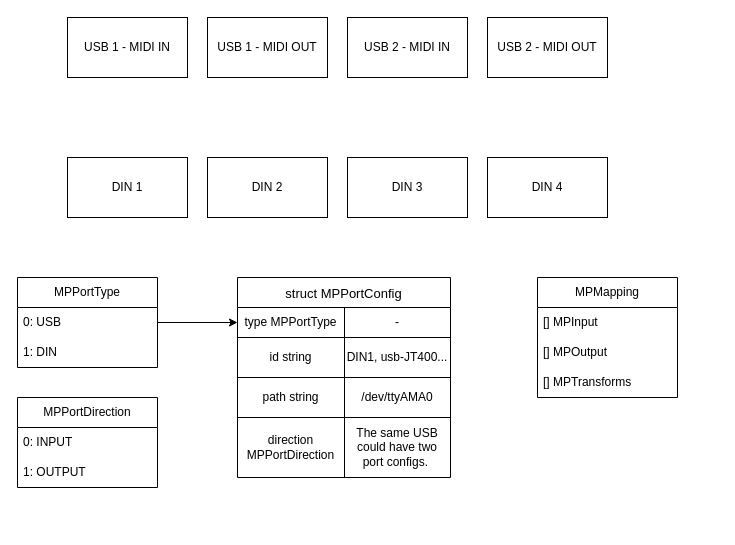
Earlier version of the draw.io diagram midi-block-diagram.drawio (The-Mess-NZ/midipunk). Source tidied: cells renumbered, new cells numbered last; positions are measured from the earlier drawing's top-left corner, leaving out a move shared by most shapes. Both pictures are drawn from the tidied source at 100%, with x=0, y=0 at pixel (17, 17).
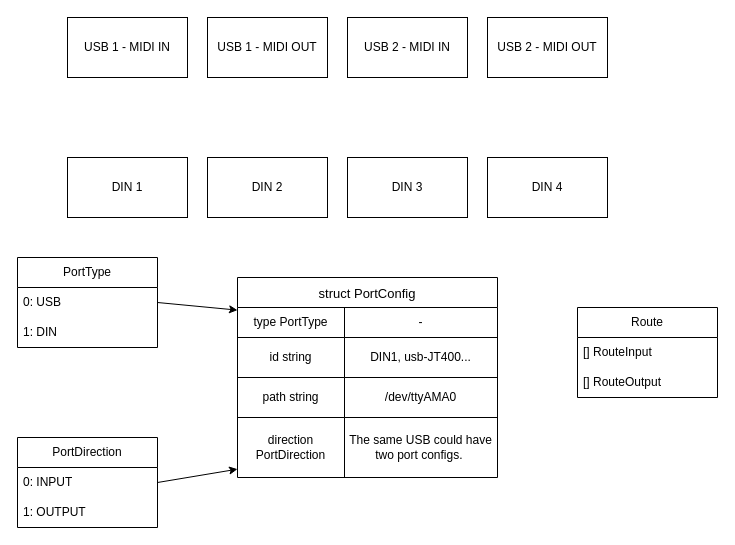
The same page after the edit.

Commit message (it also covers changes not shown here):
Mod file and prototype block diagram start

The change refers to these unchanged cells:
```xml
<mxCell id="32" value="0: INPUT" style="text;strokeColor=none;fillColor=none;align=left;verticalAlign=middle;spacingLeft=4;spacingRight=4;overflow=hidden;points=[[0,0.5],[1,0.5]];portConstraint=eastwest;whiteSpace=wrap;html=1;" parent="31" vertex="1">
  <mxGeometry y="30" width="140" height="30" as="geometry" />
</mxCell>
```

The edit, as a diff of the source:
```diff
@@
-    <mxCell id="10" value="MPMapping" style="swimlane;fontStyle=0;horizontal=1;startSize=30;whiteSpace=wrap;html=1;" parent="1" vertex="1">
-      <mxGeometry x="520" y="260" width="140" height="120" as="geometry" />
+    <mxCell id="10" value="Route" style="swimlane;fontStyle=0;horizontal=1;startSize=30;whiteSpace=wrap;html=1;" parent="1" vertex="1">
+      <mxGeometry x="560" y="290" width="140" height="90" as="geometry" />
     </mxCell>
-    <mxCell id="11" value="[] MPInput" style="text;strokeColor=none;fillColor=none;align=left;verticalAlign=middle;spacingLeft=4;spacingRight=4;overflow=hidden;whiteSpace=wrap;html=1;" parent="10" vertex="1">
+    <mxCell id="11" value="[] Route&lt;span style=&quot;background-color: transparent;&quot;&gt;Input&lt;/span&gt;" style="text;strokeColor=none;fillColor=none;align=left;verticalAlign=middle;spacingLeft=4;spacingRight=4;overflow=hidden;whiteSpace=wrap;html=1;" parent="10" vertex="1">
       <mxGeometry y="30" width="140" height="30" as="geometry" />
     </mxCell>
-    <mxCell id="12" value="[] MPOutput" style="text;strokeColor=none;fillColor=none;align=left;verticalAlign=middle;spacingLeft=4;spacingRight=4;overflow=hidden;whiteSpace=wrap;html=1;" parent="10" vertex="1">
+    <mxCell id="12" value="[] RouteOutput" style="text;strokeColor=none;fillColor=none;align=left;verticalAlign=middle;spacingLeft=4;spacingRight=4;overflow=hidden;whiteSpace=wrap;html=1;" parent="10" vertex="1">
       <mxGeometry y="60" width="140" height="30" as="geometry" />
     </mxCell>
-    <mxCell id="13" value="[] MPTransforms" style="text;strokeColor=none;fillColor=none;align=left;verticalAlign=middle;spacingLeft=4;spacingRight=4;overflow=hidden;whiteSpace=wrap;html=1;" parent="10" vertex="1">
-      <mxGeometry y="90" width="140" height="30" as="geometry" />
-    </mxCell>
-    <mxCell id="14" value="MPPortType" style="swimlane;fontStyle=0;horizontal=1;startSize=30;whiteSpace=wrap;html=1;" parent="1" vertex="1">
-      <mxGeometry y="260" width="140" height="90" as="geometry" />
+    <mxCell id="14" value="PortType" style="swimlane;fontStyle=0;horizontal=1;startSize=30;whiteSpace=wrap;html=1;" parent="1" vertex="1">
+      <mxGeometry y="240" width="140" height="90" as="geometry" />
     </mxCell>
@@
-    <mxCell id="18" value="struct MPPortConfig" style="shape=table;startSize=30;childLayout=tableLayout;fontSize=13;labelBackgroundColor=default;fillColor=default;swimlaneLine=1;columnLines=1;rowLines=1;swimlaneHead=1;swimlaneBody=1;horizontal=1;left=0;right=0;bottom=0;top=0;strokeColor=default;" parent="1" vertex="1">
-      <mxGeometry x="220" y="260" width="213" height="200" as="geometry" />
+    <mxCell id="18" value="struct PortConfig" style="shape=table;startSize=30;childLayout=tableLayout;fontSize=13;labelBackgroundColor=default;fillColor=default;swimlaneLine=1;columnLines=1;rowLines=1;swimlaneHead=1;swimlaneBody=1;horizontal=1;left=0;right=0;bottom=0;top=0;strokeColor=default;" parent="1" vertex="1">
+      <mxGeometry x="220" y="260" width="260" height="200" as="geometry" />
     </mxCell>
     <mxCell id="19" style="shape=tableRow;horizontal=0;startSize=0;swimlaneHead=0;swimlaneBody=0;strokeColor=inherit;top=0;left=0;bottom=0;right=0;fillColor=none;points=[[0,0.5],[1,0.5]];portConstraint=eastwest;fontSize=16;" parent="18" vertex="1">
-      <mxGeometry y="30" width="213" height="30" as="geometry" />
+      <mxGeometry y="30" width="260" height="30" as="geometry" />
     </mxCell>
-    <mxCell id="20" value="type MPPortType" style="shape=partialRectangle;whiteSpace=wrap;strokeColor=inherit;overflow=hidden;fillColor=none;top=0;left=0;bottom=0;right=0;fontSize=12;gradientColor=default;fontColor=light-dark(#000000, #ffffff);" parent="19" vertex="1">
+    <mxCell id="20" value="type PortType" style="shape=partialRectangle;whiteSpace=wrap;strokeColor=inherit;overflow=hidden;fillColor=none;top=0;left=0;bottom=0;right=0;fontSize=12;gradientColor=default;fontColor=light-dark(#000000, #ffffff);" parent="19" vertex="1">
       <mxGeometry width="107" height="30" as="geometry" />
     </mxCell>
     <mxCell id="21" value="-" style="shape=partialRectangle;html=1;whiteSpace=wrap;strokeColor=inherit;overflow=hidden;fillColor=none;top=0;left=0;bottom=0;right=0;fontSize=12;fontColor=light-dark(#000000, #ffffff);" parent="19" vertex="1">
-      <mxGeometry x="107" width="106" height="30" as="geometry" />
+      <mxGeometry x="107" width="153" height="30" as="geometry" />
     </mxCell>
     <mxCell id="22" style="shape=tableRow;horizontal=0;startSize=0;swimlaneHead=0;swimlaneBody=0;strokeColor=inherit;top=0;left=0;bottom=0;right=0;fillColor=none;fontSize=16;" parent="18" vertex="1">
-      <mxGeometry y="60" width="213" height="40" as="geometry" />
+      <mxGeometry y="60" width="260" height="40" as="geometry" />
     </mxCell>
@@
     <mxCell id="24" value="DIN1, usb-JT400..." style="shape=partialRectangle;html=1;whiteSpace=wrap;strokeColor=inherit;overflow=hidden;fillColor=none;top=0;left=0;bottom=0;right=0;fontSize=12;fontColor=light-dark(#000000, #ffffff);" parent="22" vertex="1">
-      <mxGeometry x="107" width="106" height="40" as="geometry" />
+      <mxGeometry x="107" width="153" height="40" as="geometry" />
     </mxCell>
     <mxCell id="25" style="shape=tableRow;horizontal=0;startSize=0;swimlaneHead=0;swimlaneBody=0;strokeColor=inherit;top=0;left=0;bottom=0;right=0;fillColor=none;fontSize=16;" parent="18" vertex="1">
-      <mxGeometry y="100" width="213" height="40" as="geometry" />
+      <mxGeometry y="100" width="260" height="40" as="geometry" />
     </mxCell>
@@
     <mxCell id="27" value="/dev/ttyAMA0" style="shape=partialRectangle;html=1;whiteSpace=wrap;strokeColor=inherit;overflow=hidden;fillColor=none;top=0;left=0;bottom=0;right=0;fontSize=12;fontColor=light-dark(#000000, #ffffff);" parent="25" vertex="1">
-      <mxGeometry x="107" width="106" height="40" as="geometry" />
+      <mxGeometry x="107" width="153" height="40" as="geometry" />
     </mxCell>
     <mxCell id="28" style="shape=tableRow;horizontal=0;startSize=0;swimlaneHead=0;swimlaneBody=0;strokeColor=inherit;top=0;left=0;bottom=0;right=0;fillColor=none;points=[[0,0.5],[1,0.5]];portConstraint=eastwest;fontSize=16;" parent="18" vertex="1">
-      <mxGeometry y="140" width="213" height="60" as="geometry" />
+      <mxGeometry y="140" width="260" height="60" as="geometry" />
     </mxCell>
-    <mxCell id="29" value="direction MPPortDirection" style="shape=partialRectangle;whiteSpace=wrap;strokeColor=inherit;overflow=hidden;fillColor=none;top=0;left=0;bottom=0;right=0;fontSize=12;gradientColor=default;fontColor=light-dark(#000000, #ffffff);" parent="28" vertex="1">
+    <mxCell id="29" value="direction PortDirection" style="shape=partialRectangle;whiteSpace=wrap;strokeColor=inherit;overflow=hidden;fillColor=none;top=0;left=0;bottom=0;right=0;fontSize=12;gradientColor=default;fontColor=light-dark(#000000, #ffffff);" parent="28" vertex="1">
       <mxGeometry width="107" height="60" as="geometry" />
     </mxCell>
     <mxCell id="30" value="The same USB could have two port configs.&amp;nbsp;" style="shape=partialRectangle;html=1;whiteSpace=wrap;strokeColor=inherit;overflow=hidden;fillColor=none;top=0;left=0;bottom=0;right=0;fontSize=12;fontColor=light-dark(#000000, #ffffff);" parent="28" vertex="1">
-      <mxGeometry x="107" width="106" height="60" as="geometry" />
+      <mxGeometry x="107" width="153" height="60" as="geometry" />
     </mxCell>
-    <mxCell id="31" value="MPPortDirection" style="swimlane;fontStyle=0;horizontal=1;startSize=30;whiteSpace=wrap;html=1;" parent="1" vertex="1">
-      <mxGeometry y="380" width="140" height="90" as="geometry" />
+    <mxCell id="31" value="&lt;div&gt;&lt;span style=&quot;background-color: transparent;&quot;&gt;PortDirection&lt;/span&gt;&lt;/div&gt;" style="swimlane;fontStyle=0;horizontal=1;startSize=30;whiteSpace=wrap;html=1;" parent="1" vertex="1">
+      <mxGeometry y="420" width="140" height="90" as="geometry" />
     </mxCell>
@@
+    <mxCell id="34" style="edgeStyle=none;html=1;exitX=1;exitY=0.5;exitDx=0;exitDy=0;" parent="1" edge="1" source="32" target="28">
+      <mxGeometry relative="1" as="geometry" />
+    </mxCell>
```
